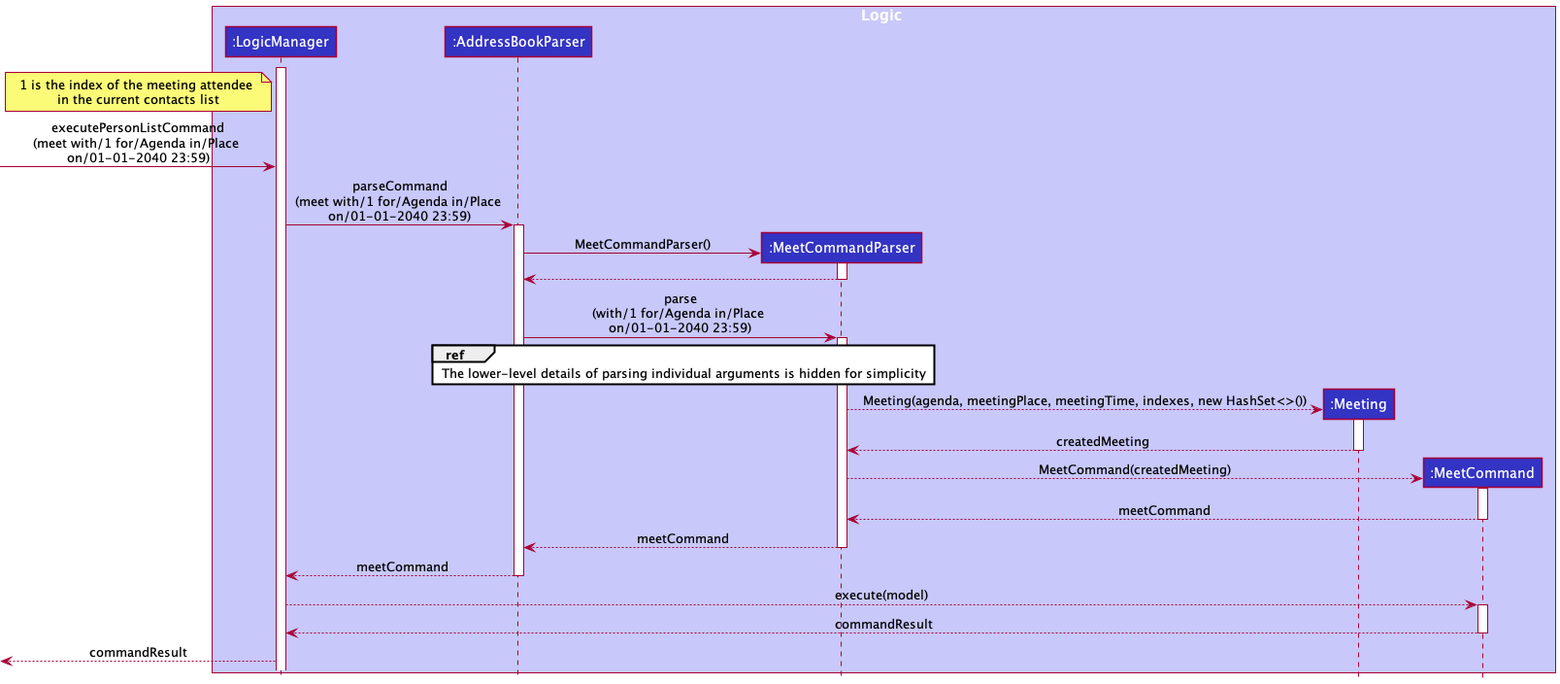
The PlantUML diagram docs/images/MeetCommandSequenceDiagram.png in tonishka/tp, before a commit. Source of this version:
```plantuml
@startuml
!include Style.puml
hide footbox

box Logic LOGIC_COLOR_T1
participant ":LogicManager" as LogicManager LOGIC_COLOR
participant ":AddressBookParser" as AddressBookParser LOGIC_COLOR
participant ":MeetCommandParser" as MeetCommandParser LOGIC_COLOR
participant ":Meeting" as Meeting LOGIC_COLOR
participant ":MeetCommand" as MeetCommand LOGIC_COLOR
end box

activate LogicManager
note left of LogicManager: 1 is the index of the meeting attendee \nin the current contacts list
-> LogicManager : executePersonListCommand\n(meet with/1 for/Agenda in/Place \non/01-01-2040 23:59)
LogicManager -> AddressBookParser : parseCommand\n(meet with/1 for/Agenda in/Place \non/01-01-2040 23:59)
activate AddressBookParser
AddressBookParser -> MeetCommandParser** : MeetCommandParser()
activate MeetCommandParser
MeetCommandParser --> AddressBookParser
deactivate MeetCommandParser
AddressBookParser -> MeetCommandParser : parse\n(with/1 for/Agenda in/Place \non/01-01-2040 23:59)
ref over MeetCommandParser, AddressBookParser :The lower-level details of parsing individual arguments is hidden for simplicity

activate MeetCommandParser
MeetCommandParser --> Meeting** :Meeting(agenda, meetingPlace, meetingTime, indexes, new HashSet<>())
activate Meeting
Meeting --> MeetCommandParser :createdMeeting
deactivate Meeting
MeetCommandParser --> MeetCommand** :MeetCommand(createdMeeting)
activate MeetCommand
MeetCommand --> MeetCommandParser :meetCommand
deactivate MeetCommand
MeetCommandParser --> AddressBookParser :meetCommand
deactivate MeetCommandParser
AddressBookParser --> LogicManager :meetCommand
deactivate AddressBookParser
LogicManager --> MeetCommand :execute(model)
activate MeetCommand
MeetCommand --> LogicManager :commandResult
deactivate MeetCommand

<-- LogicManager: commandResult
@enduml
```
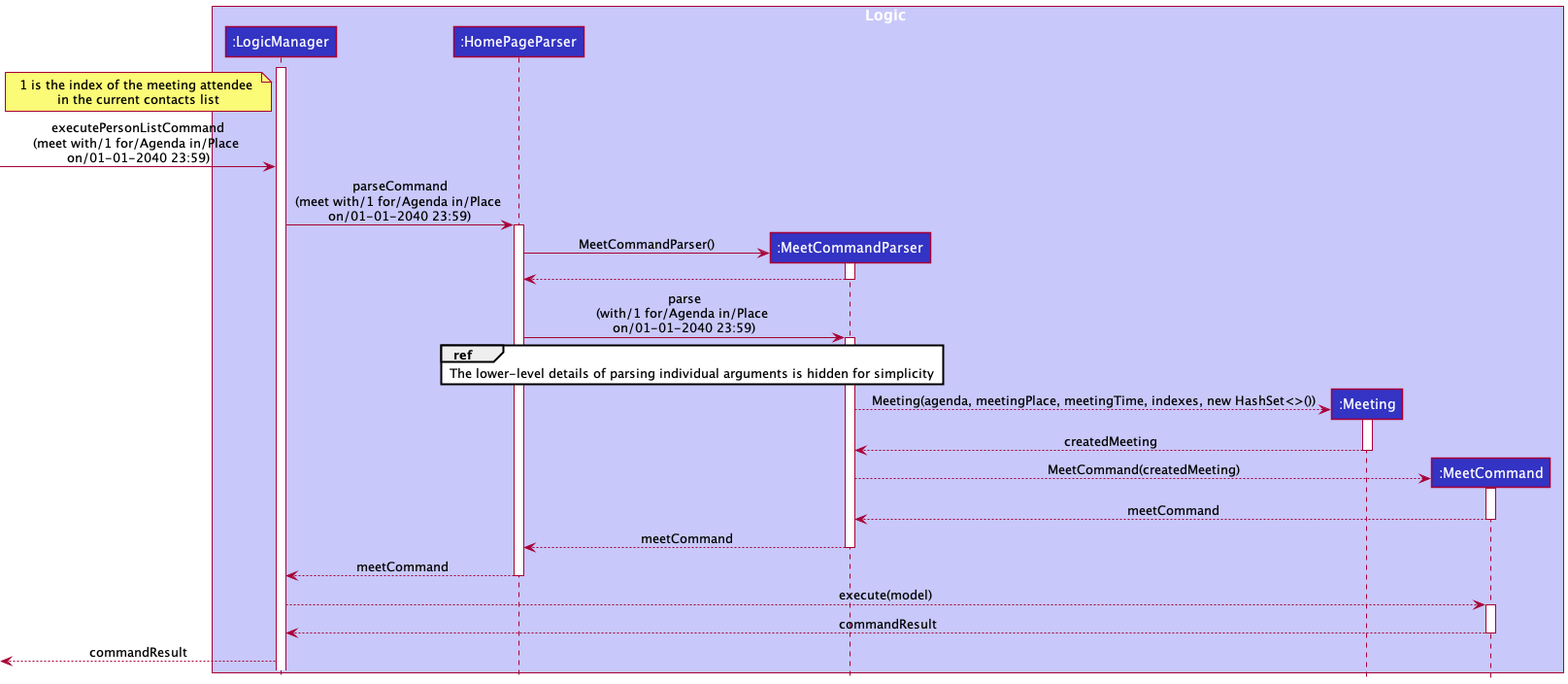
After the commit.

What changed in the source:
```diff
@@ -4,7 +4,7 @@
 
 box Logic LOGIC_COLOR_T1
 participant ":LogicManager" as LogicManager LOGIC_COLOR
-participant ":AddressBookParser" as AddressBookParser LOGIC_COLOR
+participant ":HomePageParser" as HomePageParser LOGIC_COLOR
 participant ":MeetCommandParser" as MeetCommandParser LOGIC_COLOR
 participant ":Meeting" as Meeting LOGIC_COLOR
 participant ":MeetCommand" as MeetCommand LOGIC_COLOR
@@ -13,14 +13,14 @@
 activate LogicManager
 note left of LogicManager: 1 is the index of the meeting attendee \nin the current contacts list
 -> LogicManager : executePersonListCommand\n(meet with/1 for/Agenda in/Place \non/01-01-2040 23:59)
-LogicManager -> AddressBookParser : parseCommand\n(meet with/1 for/Agenda in/Place \non/01-01-2040 23:59)
-activate AddressBookParser
-AddressBookParser -> MeetCommandParser** : MeetCommandParser()
+LogicManager -> HomePageParser : parseCommand\n(meet with/1 for/Agenda in/Place \non/01-01-2040 23:59)
+activate HomePageParser
+HomePageParser -> MeetCommandParser** : MeetCommandParser()
 activate MeetCommandParser
-MeetCommandParser --> AddressBookParser
+MeetCommandParser --> HomePageParser
 deactivate MeetCommandParser
-AddressBookParser -> MeetCommandParser : parse\n(with/1 for/Agenda in/Place \non/01-01-2040 23:59)
-ref over MeetCommandParser, AddressBookParser :The lower-level details of parsing individual arguments is hidden for simplicity
+HomePageParser -> MeetCommandParser : parse\n(with/1 for/Agenda in/Place \non/01-01-2040 23:59)
+ref over MeetCommandParser, HomePageParser :The lower-level details of parsing individual arguments is hidden for simplicity
 
 activate MeetCommandParser
 MeetCommandParser --> Meeting** :Meeting(agenda, meetingPlace, meetingTime, indexes, new HashSet<>())
@@ -31,10 +31,10 @@
 activate MeetCommand
 MeetCommand --> MeetCommandParser :meetCommand
 deactivate MeetCommand
-MeetCommandParser --> AddressBookParser :meetCommand
+MeetCommandParser --> HomePageParser :meetCommand
 deactivate MeetCommandParser
-AddressBookParser --> LogicManager :meetCommand
-deactivate AddressBookParser
+HomePageParser --> LogicManager :meetCommand
+deactivate HomePageParser
 LogicManager --> MeetCommand :execute(model)
 activate MeetCommand
 MeetCommand --> LogicManager :commandResult
```
